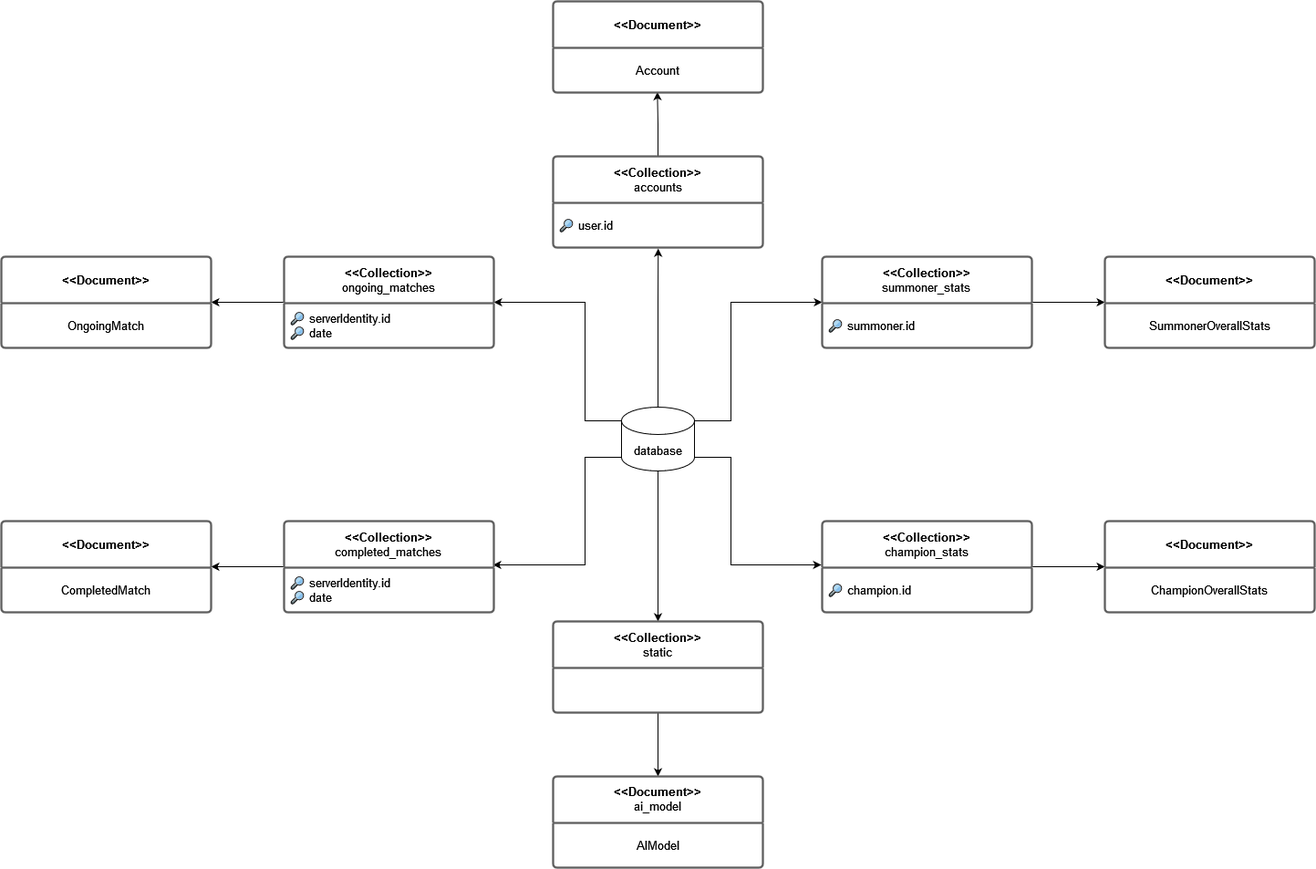
Before: docs/img/database.png, a diagram exported from draw.io (ajoscram/Jupi-Zordon-3400). Source tidied: cells renumbered, new cells last; positions are measured from the earlier drawing's top-left corner, leaving out a move shared by most shapes.
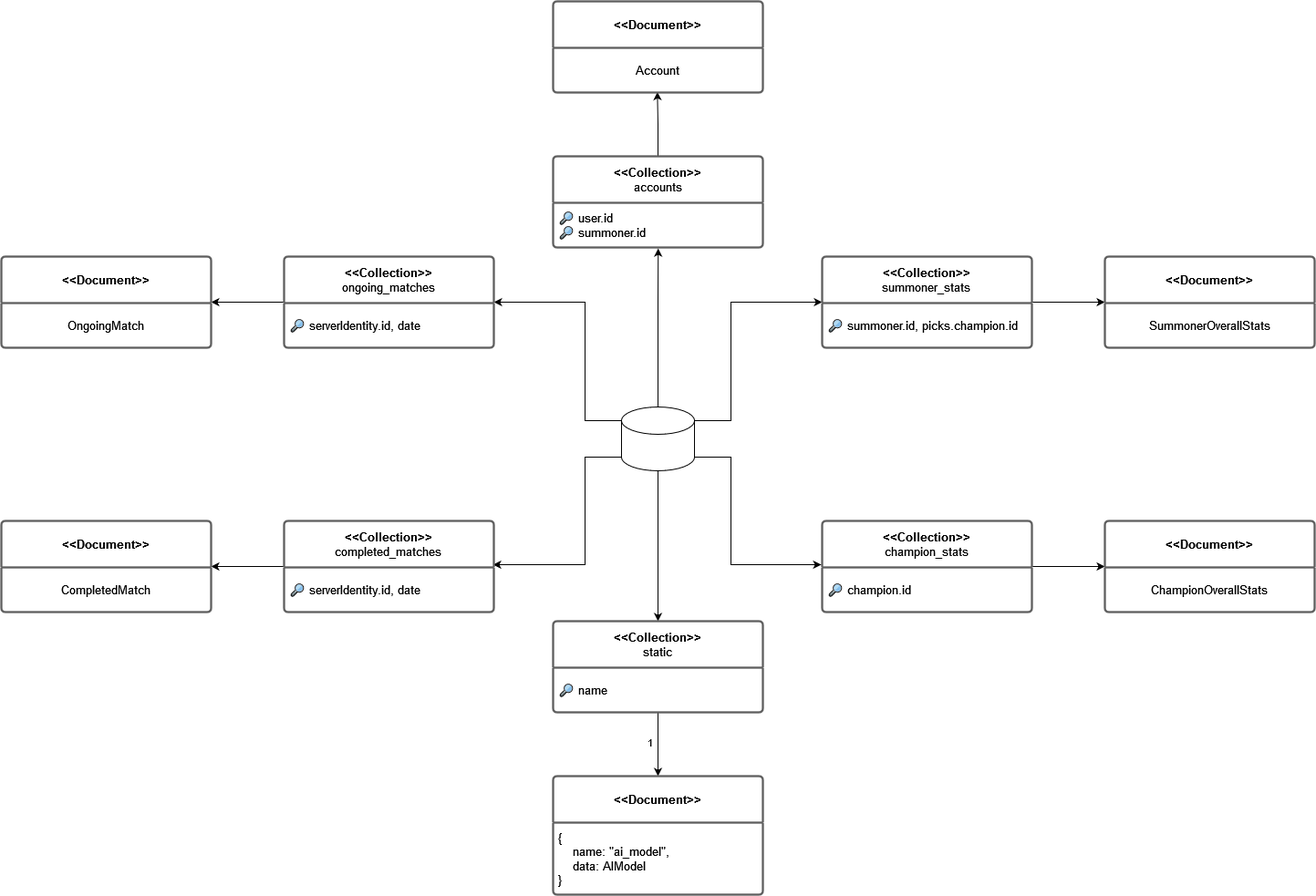
Above is the later version.

What changed in the source:
```diff
@@ -49,7 +49,7 @@
         </Array>
       </mxGeometry>
     </mxCell>
-    <mxCell id="8" value="database" style="shape=cylinder3;whiteSpace=wrap;html=1;boundedLbl=1;backgroundOutline=1;size=15;fontSize=13;fillColor=#FFFFFF;" parent="1" vertex="1">
+    <mxCell id="8" style="shape=cylinder3;whiteSpace=wrap;html=1;boundedLbl=1;backgroundOutline=1;size=15;fontSize=13;fillColor=#FFFFFF;" parent="1" vertex="1">
       <mxGeometry x="680" y="445" width="80" height="70" as="geometry" />
     </mxCell>
     <mxCell id="9" style="edgeStyle=orthogonalEdgeStyle;rounded=0;jettySize=auto;html=1;exitX=0.5;exitY=0;exitDx=0;exitDy=0;entryX=0.497;entryY=0.988;entryDx=0;entryDy=0;entryPerimeter=0;" parent="1" edge="1" source="10" target="29">
@@ -58,7 +58,7 @@
     <mxCell id="10" value="&lt;div align=&quot;center&quot;&gt;&lt;b&gt;&amp;lt;&amp;lt;Collection&amp;gt;&amp;gt;&lt;/b&gt;&lt;br&gt;accounts&lt;/div&gt;" style="html=1;overflow=block;blockSpacing=1;whiteSpace=wrap;swimlane;horizontal=1;fontStyle=0;swimlaneFillColor=#ffffff;startSize=51;whiteSpace=wrap;overflow=block;blockSpacing=1;html=1;fontSize=13;whiteSpace=wrap;fontSize=13;align=center;spacing=0;strokeColor=#5e5e5e;strokeOpacity=100;rounded=1;absoluteArcSize=1;arcSize=9;strokeWidth=2.3;" parent="1" vertex="1">
       <mxGeometry x="605" y="170" width="230" height="100" as="geometry" />
     </mxCell>
-    <mxCell id="11" value="🔎 user.id" style="html=1;whiteSpace=wrap;strokeColor=none;fillColor=none;align=left;verticalAlign=middle;spacingLeft=4;spacingRight=4;overflow=hidden;points=[[0,0.5],[1,0.5]];portConstraint=eastwest;swimlaneFillColor=#ffffff;strokeOpacity=100;whiteSpace=wrap;overflow=block;blockSpacing=1;html=1;fontSize=13;" parent="10" vertex="1">
+    <mxCell id="11" value="&lt;div&gt;🔎 user.id&lt;/div&gt;&lt;div&gt;🔎 summoner.id&lt;/div&gt;" style="html=1;whiteSpace=wrap;strokeColor=none;fillColor=none;align=left;verticalAlign=middle;spacingLeft=4;spacingRight=4;overflow=hidden;points=[[0,0.5],[1,0.5]];portConstraint=eastwest;swimlaneFillColor=#ffffff;strokeOpacity=100;whiteSpace=wrap;overflow=block;blockSpacing=1;html=1;fontSize=13;" parent="10" vertex="1">
       <mxGeometry y="51" width="230" height="49" as="geometry" />
     </mxCell>
     <mxCell id="12" style="edgeStyle=orthogonalEdgeStyle;rounded=0;jettySize=auto;html=1;entryX=0;entryY=0.5;entryDx=0;entryDy=0;" parent="1" edge="1" source="13" target="30">
@@ -67,7 +67,7 @@
     <mxCell id="13" value="&lt;div align=&quot;center&quot;&gt;&lt;b&gt;&amp;lt;&amp;lt;Collection&amp;gt;&amp;gt;&lt;/b&gt;&lt;br&gt;summoner_stats&lt;br&gt;&lt;/div&gt;" style="html=1;overflow=block;blockSpacing=1;whiteSpace=wrap;swimlane;horizontal=1;fontStyle=0;swimlaneFillColor=#ffffff;startSize=51;whiteSpace=wrap;overflow=block;blockSpacing=1;html=1;fontSize=13;whiteSpace=wrap;fontSize=13;align=center;spacing=0;strokeColor=#5e5e5e;strokeOpacity=100;rounded=1;absoluteArcSize=1;arcSize=9;strokeWidth=2.3;" parent="1" vertex="1">
       <mxGeometry x="900" y="280" width="230" height="100" as="geometry" />
     </mxCell>
-    <mxCell id="14" value="🔎 summoner.id" style="html=1;whiteSpace=wrap;strokeColor=none;fillColor=none;align=left;verticalAlign=middle;spacingLeft=4;spacingRight=4;overflow=hidden;swimlaneFillColor=#ffffff;strokeOpacity=100;whiteSpace=wrap;overflow=block;blockSpacing=1;html=1;fontSize=13;" parent="13" vertex="1">
+    <mxCell id="14" value="🔎 summoner.id, picks.champion.id" style="html=1;whiteSpace=wrap;strokeColor=none;fillColor=none;align=left;verticalAlign=middle;spacingLeft=4;spacingRight=4;overflow=hidden;swimlaneFillColor=#ffffff;strokeOpacity=100;whiteSpace=wrap;overflow=block;blockSpacing=1;html=1;fontSize=13;" parent="13" vertex="1">
       <mxGeometry y="51" width="230" height="49" as="geometry" />
     </mxCell>
     <mxCell id="15" style="edgeStyle=orthogonalEdgeStyle;rounded=0;jettySize=auto;html=1;entryX=0;entryY=0.5;entryDx=0;entryDy=0;" parent="1" edge="1" source="16" target="32">
@@ -80,16 +80,29 @@
       <mxGeometry y="51" width="230" height="49" as="geometry" />
     </mxCell>
     <mxCell id="18" style="edgeStyle=orthogonalEdgeStyle;rounded=0;jettySize=auto;html=1;exitX=0.5;exitY=1;exitDx=0;exitDy=0;" parent="1" edge="1" source="19" target="20">
-      <mxGeometry relative="1" as="geometry" />
+      <mxGeometry relative="1" as="geometry">
+        <Array as="points">
+          <mxPoint x="720" y="810" />
+          <mxPoint x="720" y="810" />
+        </Array>
+      </mxGeometry>
     </mxCell>
+    <mxCell id="38" value="1" style="edgeLabel;html=1;align=center;verticalAlign=middle;" parent="18" vertex="1">
+      <mxGeometry x="-0.09" relative="1" as="geometry">
+        <mxPoint x="-10" as="offset" />
+      </mxGeometry>
+    </mxCell>
     <mxCell id="19" value="&lt;div align=&quot;center&quot;&gt;&lt;b&gt;&amp;lt;&amp;lt;Collection&amp;gt;&amp;gt;&lt;/b&gt;&lt;br&gt;static&lt;br&gt;&lt;/div&gt;" style="html=1;overflow=block;blockSpacing=1;whiteSpace=wrap;swimlane;horizontal=1;fontStyle=0;swimlaneFillColor=#ffffff;startSize=51;whiteSpace=wrap;overflow=block;blockSpacing=1;html=1;fontSize=13;whiteSpace=wrap;fontSize=13;align=center;spacing=0;strokeColor=#5e5e5e;strokeOpacity=100;rounded=1;absoluteArcSize=1;arcSize=9;strokeWidth=2.3;" parent="1" vertex="1">
       <mxGeometry x="605" y="680" width="230" height="100" as="geometry" />
     </mxCell>
+    <mxCell id="39" value="🔎 name" style="html=1;whiteSpace=wrap;strokeColor=none;fillColor=none;align=left;verticalAlign=middle;spacingLeft=4;spacingRight=4;overflow=hidden;swimlaneFillColor=#ffffff;strokeOpacity=100;whiteSpace=wrap;overflow=block;blockSpacing=1;html=1;fontSize=13;" parent="19" vertex="1">
+      <mxGeometry y="51" width="230" height="49" as="geometry" />
+    </mxCell>
-    <mxCell id="20" value="&lt;div align=&quot;center&quot;&gt;&lt;b&gt;&amp;lt;&amp;lt;Document&amp;gt;&amp;gt;&lt;/b&gt;&lt;br&gt;ai_model&lt;br&gt;&lt;/div&gt;" style="html=1;overflow=block;blockSpacing=1;whiteSpace=wrap;swimlane;horizontal=1;fontStyle=0;swimlaneFillColor=#ffffff;startSize=51;whiteSpace=wrap;overflow=block;blockSpacing=1;html=1;fontSize=13;whiteSpace=wrap;fontSize=13;align=center;spacing=0;strokeColor=#5e5e5e;strokeOpacity=100;rounded=1;absoluteArcSize=1;arcSize=9;strokeWidth=2.3;" parent="1" vertex="1">
-      <mxGeometry x="605" y="850" width="230" height="100" as="geometry" />
+    <mxCell id="20" value="&lt;div align=&quot;center&quot;&gt;&lt;b&gt;&amp;lt;&amp;lt;Document&amp;gt;&amp;gt;&lt;/b&gt;&lt;br&gt;&lt;/div&gt;" style="html=1;overflow=block;blockSpacing=1;whiteSpace=wrap;swimlane;horizontal=1;fontStyle=0;swimlaneFillColor=#ffffff;startSize=51;whiteSpace=wrap;overflow=block;blockSpacing=1;html=1;fontSize=13;whiteSpace=wrap;fontSize=13;align=center;spacing=0;strokeColor=#5e5e5e;strokeOpacity=100;rounded=1;absoluteArcSize=1;arcSize=9;strokeWidth=2.3;" parent="1" vertex="1">
+      <mxGeometry x="605" y="850" width="230" height="130" as="geometry" />
     </mxCell>
-    <mxCell id="21" value="&lt;div align=&quot;center&quot;&gt;AIModel&lt;/div&gt;" style="html=1;whiteSpace=wrap;strokeColor=none;fillColor=none;align=center;verticalAlign=middle;spacingLeft=4;spacingRight=4;overflow=hidden;swimlaneFillColor=#ffffff;strokeOpacity=100;whiteSpace=wrap;overflow=block;blockSpacing=1;html=1;fontSize=13;" parent="20" vertex="1">
-      <mxGeometry y="51" width="230" height="49" as="geometry" />
+    <mxCell id="21" value="&lt;div align=&quot;left&quot;&gt;&lt;div&gt;{&lt;br&gt;&lt;/div&gt;&amp;nbsp;&amp;nbsp;&amp;nbsp; name: &quot;ai_model&quot;,&lt;br&gt;&amp;nbsp;&amp;nbsp;&amp;nbsp; data: AIModel&lt;br&gt;}&lt;br&gt;&lt;/div&gt;" style="html=1;whiteSpace=wrap;strokeColor=none;fillColor=none;align=left;verticalAlign=middle;spacingLeft=4;spacingRight=4;overflow=hidden;swimlaneFillColor=#ffffff;strokeOpacity=100;whiteSpace=wrap;overflow=block;blockSpacing=1;html=1;fontSize=13;" parent="20" vertex="1">
+      <mxGeometry y="51" width="230" height="79" as="geometry" />
     </mxCell>
     <mxCell id="22" style="edgeStyle=orthogonalEdgeStyle;rounded=0;jettySize=auto;html=1;entryX=1;entryY=0.5;entryDx=0;entryDy=0;" parent="1" edge="1" source="23" target="34">
       <mxGeometry relative="1" as="geometry" />
@@ -97,7 +110,7 @@
     <mxCell id="23" value="&lt;div align=&quot;center&quot;&gt;&lt;b&gt;&amp;lt;&amp;lt;Collection&amp;gt;&amp;gt;&lt;/b&gt;&lt;br&gt;ongoing_matches&lt;br&gt;&lt;/div&gt;" style="html=1;overflow=block;blockSpacing=1;whiteSpace=wrap;swimlane;horizontal=1;fontStyle=0;swimlaneFillColor=#ffffff;startSize=51;whiteSpace=wrap;overflow=block;blockSpacing=1;html=1;fontSize=13;whiteSpace=wrap;fontSize=13;align=center;spacing=0;strokeColor=#5e5e5e;strokeOpacity=100;rounded=1;absoluteArcSize=1;arcSize=9;strokeWidth=2.3;" parent="1" vertex="1">
       <mxGeometry x="310" y="280" width="230" height="100" as="geometry" />
     </mxCell>
-    <mxCell id="24" value="&lt;div&gt;🔎 serverIdentity.id&lt;/div&gt;&lt;div&gt;🔎 date&lt;br&gt;&lt;/div&gt;" style="html=1;whiteSpace=wrap;strokeColor=none;fillColor=none;align=left;verticalAlign=middle;spacingLeft=4;spacingRight=4;overflow=hidden;swimlaneFillColor=#ffffff;strokeOpacity=100;whiteSpace=wrap;overflow=block;blockSpacing=1;html=1;fontSize=13;" parent="23" vertex="1">
+    <mxCell id="24" value="&lt;div&gt;🔎 serverIdentity.id, date&lt;br&gt;&lt;/div&gt;" style="html=1;whiteSpace=wrap;strokeColor=none;fillColor=none;align=left;verticalAlign=middle;spacingLeft=4;spacingRight=4;overflow=hidden;swimlaneFillColor=#ffffff;strokeOpacity=100;whiteSpace=wrap;overflow=block;blockSpacing=1;html=1;fontSize=13;" parent="23" vertex="1">
       <mxGeometry y="51" width="230" height="49" as="geometry" />
     </mxCell>
     <mxCell id="25" style="edgeStyle=orthogonalEdgeStyle;rounded=0;jettySize=auto;html=1;exitX=0;exitY=0.5;exitDx=0;exitDy=0;" parent="1" edge="1" source="26" target="36">
@@ -106,7 +119,7 @@
     <mxCell id="26" value="&lt;div align=&quot;center&quot;&gt;&lt;b&gt;&amp;lt;&amp;lt;Collection&amp;gt;&amp;gt;&lt;/b&gt;&lt;br&gt;completed_matches&lt;br&gt;&lt;/div&gt;" style="html=1;overflow=block;blockSpacing=1;whiteSpace=wrap;swimlane;horizontal=1;fontStyle=0;swimlaneFillColor=#ffffff;startSize=51;whiteSpace=wrap;overflow=block;blockSpacing=1;html=1;fontSize=13;whiteSpace=wrap;fontSize=13;align=center;spacing=0;strokeColor=#5e5e5e;strokeOpacity=100;rounded=1;absoluteArcSize=1;arcSize=9;strokeWidth=2.3;" parent="1" vertex="1">
       <mxGeometry x="310" y="570" width="230" height="100" as="geometry" />
     </mxCell>
-    <mxCell id="27" value="🔎 serverIdentity.id&lt;br&gt;&lt;div&gt;🔎 date&lt;br&gt;&lt;/div&gt;" style="html=1;whiteSpace=wrap;strokeColor=none;fillColor=none;align=left;verticalAlign=middle;spacingLeft=4;spacingRight=4;overflow=hidden;points=[[0,0.5],[1,0.5]];portConstraint=eastwest;swimlaneFillColor=#ffffff;strokeOpacity=100;whiteSpace=wrap;overflow=block;blockSpacing=1;html=1;fontSize=13;" parent="26" vertex="1">
+    <mxCell id="27" value="🔎 serverIdentity.id, date" style="html=1;whiteSpace=wrap;strokeColor=none;fillColor=none;align=left;verticalAlign=middle;spacingLeft=4;spacingRight=4;overflow=hidden;points=[[0,0.5],[1,0.5]];portConstraint=eastwest;swimlaneFillColor=#ffffff;strokeOpacity=100;whiteSpace=wrap;overflow=block;blockSpacing=1;html=1;fontSize=13;" parent="26" vertex="1">
       <mxGeometry y="51" width="230" height="49" as="geometry" />
     </mxCell>
     <mxCell id="28" value="&lt;div align=&quot;center&quot;&gt;&lt;b&gt;&amp;lt;&amp;lt;Document&amp;gt;&amp;gt;&lt;/b&gt;&lt;br&gt;&lt;/div&gt;" style="html=1;overflow=block;blockSpacing=1;whiteSpace=wrap;swimlane;horizontal=1;fontStyle=0;swimlaneFillColor=#ffffff;startSize=51;whiteSpace=wrap;overflow=block;blockSpacing=1;html=1;fontSize=13;whiteSpace=wrap;fontSize=13;align=center;spacing=0;strokeColor=#5e5e5e;strokeOpacity=100;rounded=1;absoluteArcSize=1;arcSize=9;strokeWidth=2.3;" parent="1" vertex="1">
```
